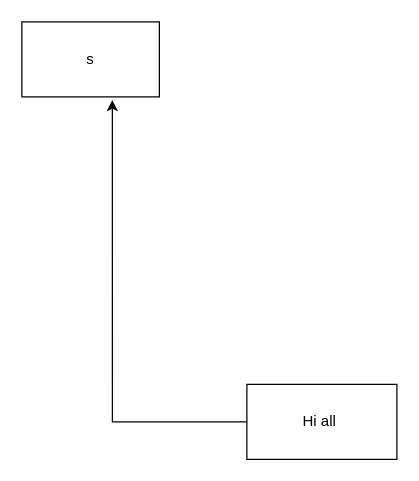
HipppB/safeHub keeps this draw.io diagram as Diagramme sans nom.drawio. Above is the earlier version. Source tidied: cells renumbered, new cells numbered last; positions are measured from the earlier drawing's top-left corner, leaving out a move shared by most shapes. Both pictures are drawn from the tidied source at 125%, with x=0, y=0 at pixel (21, 21).
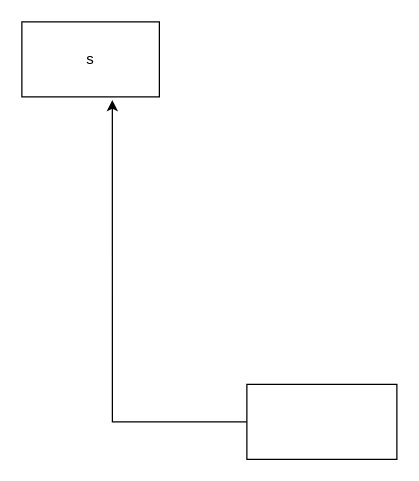
The same diagram, later.

Change to the diagram source:
```diff
@@
 <mxGraphModel>
   <root>
     <mxCell id="0" />
     <mxCell id="1" parent="0" />
     <mxCell id="2" style="edgeStyle=orthogonalEdgeStyle;rounded=0;jettySize=auto;html=1;entryX=0.658;entryY=1.042;entryDx=0;entryDy=0;entryPerimeter=0;" parent="1" edge="1" source="3" target="4">
       <mxGeometry relative="1" as="geometry" />
     </mxCell>
-    <mxCell id="3" value="Hi all&amp;nbsp;" style="rounded=0;whiteSpace=wrap;html=1;" parent="1" vertex="1">
+    <mxCell id="3" style="rounded=0;whiteSpace=wrap;html=1;" parent="1" vertex="1">
       <mxGeometry x="180" y="290" width="120" height="60" as="geometry" />
     </mxCell>
     <mxCell id="4" value="s" style="rounded=0;whiteSpace=wrap;html=1;" parent="1" vertex="1">
       <mxGeometry width="110" height="60" as="geometry" />
     </mxCell>
   </root>
 </mxGraphModel>
```
